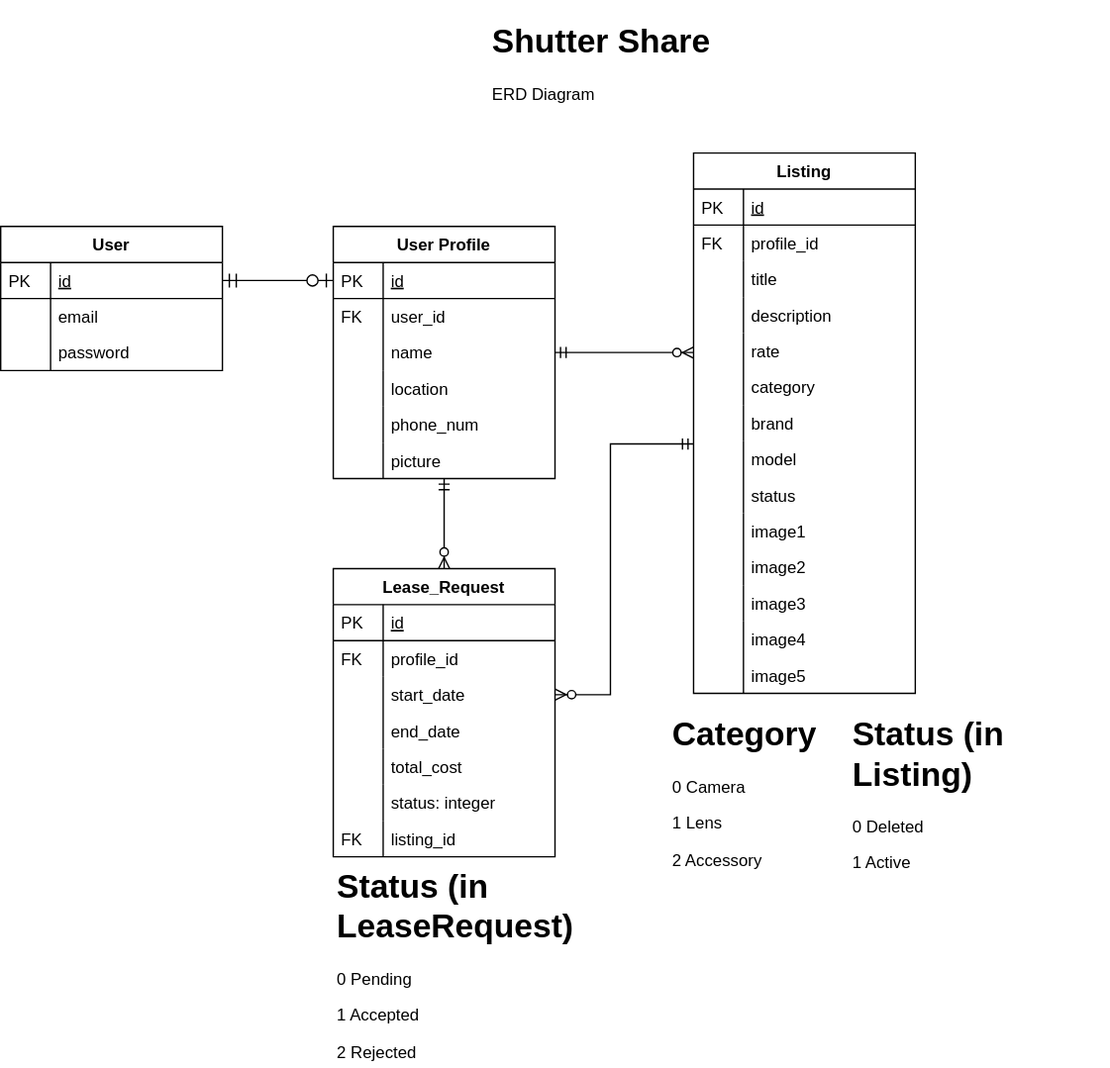
The draw.io diagram docs/er-diagram.svg in hirengondhiya/shutter-share, before a commit. Source tidied: cells renumbered, new cells last; positions are measured from the earlier drawing's top-left corner, leaving out a move shared by most shapes.
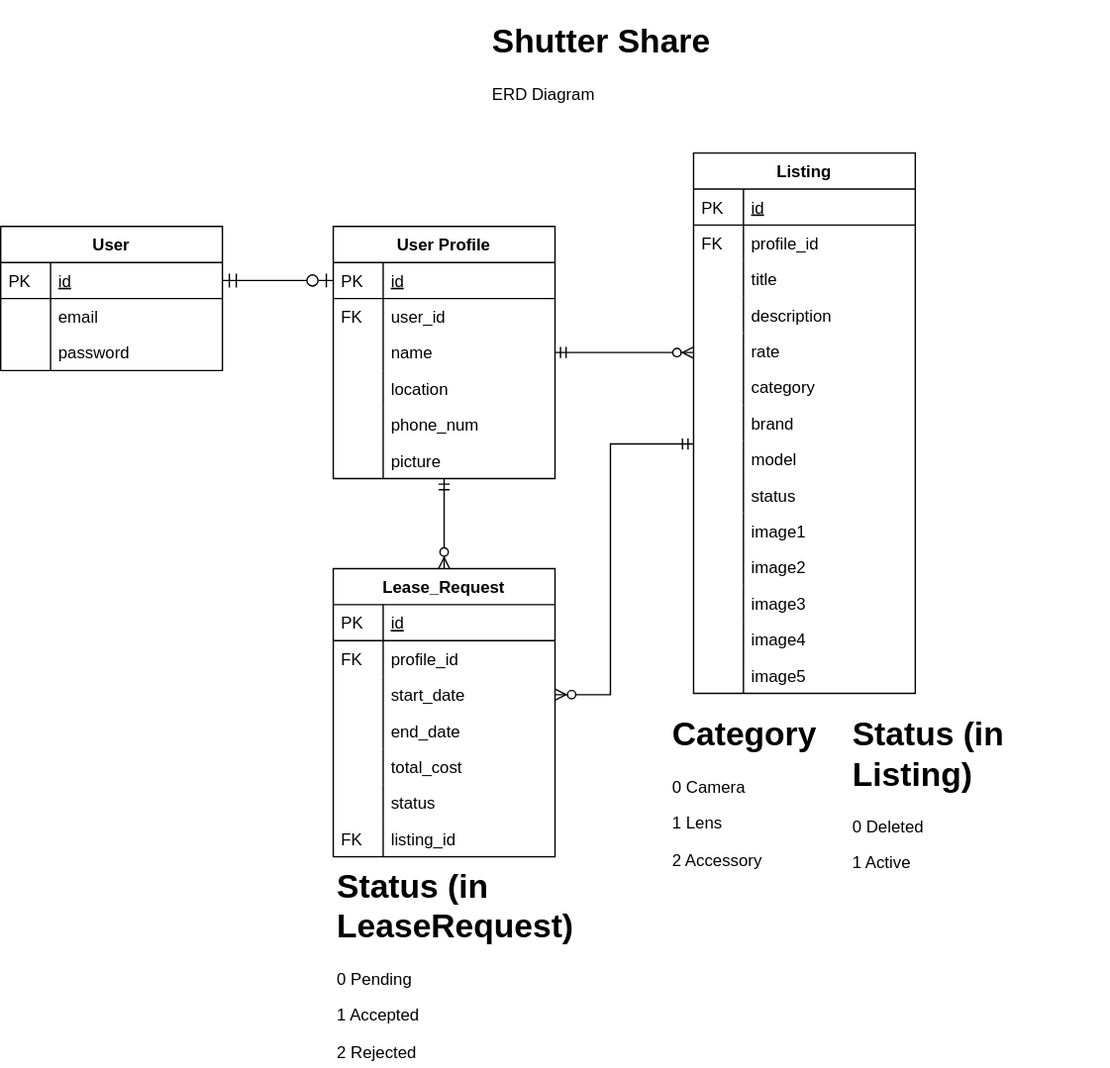
Later version of the same file.

What changed in the source:
```diff
@@ -106,7 +106,7 @@
     <mxCell id="34" style="shape=partialRectangle;top=0;left=0;bottom=0;fillColor=none;align=left;verticalAlign=top;spacingLeft=4;spacingRight=4;overflow=hidden;" parent="33" vertex="1">
       <mxGeometry width="36" height="26" as="geometry" />
     </mxCell>
-    <mxCell id="35" value="status: integer" style="shape=partialRectangle;top=0;left=0;right=0;bottom=0;align=left;verticalAlign=top;fillColor=none;spacingLeft=40;spacingRight=4;overflow=hidden;rounded=0;shadow=0;strokeWidth=1;" parent="24" vertex="1">
+    <mxCell id="35" value="status" style="shape=partialRectangle;top=0;left=0;right=0;bottom=0;align=left;verticalAlign=top;fillColor=none;spacingLeft=40;spacingRight=4;overflow=hidden;rounded=0;shadow=0;strokeWidth=1;" parent="24" vertex="1">
       <mxGeometry y="156" width="160" height="26" as="geometry" />
     </mxCell>
     <mxCell id="36" style="shape=partialRectangle;top=0;left=0;bottom=0;fillColor=none;align=left;verticalAlign=top;spacingLeft=4;spacingRight=4;overflow=hidden;" parent="35" vertex="1">
```
